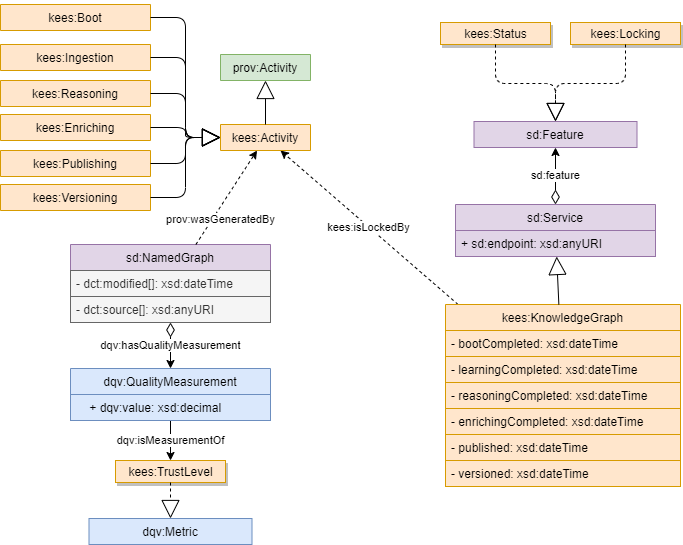
Above: v1/images/uml.png in linkeddatacenter/kees (draw.io), before the change. Source tidied: cells renumbered, new cells last; positions are measured from the earlier drawing's top-left corner, leaving out a move shared by most shapes.
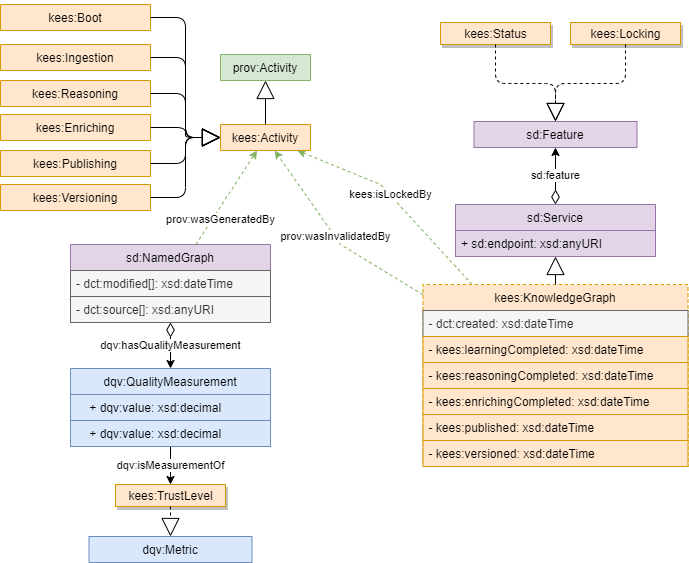
The same file after the commit.

The edit, as a diff of the source:
```diff
@@ -2,29 +2,41 @@
   <root>
     <mxCell id="0" />
     <mxCell id="1" parent="0" />
-    <mxCell id="2" value="kees:isLockedBy" style="edgeStyle=none;rounded=0;jettySize=auto;html=1;dashed=1;endArrow=classic;endFill=1;" parent="1" edge="1" source="3" target="14">
-      <mxGeometry relative="1" as="geometry" />
+    <mxCell id="2" value="kees:isLockedBy" style="edgeStyle=none;rounded=0;jettySize=auto;html=1;dashed=1;endArrow=classic;endFill=1;fillColor=#d5e8d4;strokeColor=#82b366;" parent="1" edge="1" source="3" target="14">
+      <mxGeometry x="0.08" y="-1" relative="1" as="geometry">
+        <Array as="points">
+          <mxPoint x="380" y="180" />
+        </Array>
+        <mxPoint x="-1" as="offset" />
+      </mxGeometry>
     </mxCell>
+    <mxCell id="45" value="prov:wasInvalidatedBy" style="rounded=0;jettySize=auto;html=1;dashed=1;fillColor=#d5e8d4;strokeColor=#82b366;" parent="1" edge="1" source="3" target="14">
+      <mxGeometry relative="1" as="geometry">
+        <Array as="points">
+          <mxPoint x="340" y="240" />
+        </Array>
+      </mxGeometry>
+    </mxCell>
-    <mxCell id="3" value="kees:KnowledgeGraph" style="swimlane;fontStyle=0;horizontal=1;startSize=26;fillColor=#ffe6cc;strokeColor=#d79b00;labelBackgroundColor=none;" parent="1" vertex="1">
-      <mxGeometry x="445" y="300" width="235" height="182" as="geometry" />
+    <mxCell id="3" value="kees:KnowledgeGraph" style="swimlane;fontStyle=0;horizontal=1;startSize=26;fillColor=#ffe6cc;strokeColor=#d79b00;labelBackgroundColor=none;dashed=1;" parent="1" vertex="1">
+      <mxGeometry x="422.5" y="280" width="265" height="182" as="geometry" />
     </mxCell>
-    <mxCell id="4" value="- bootCompleted: xsd:dateTime" style="text;strokeColor=#d79b00;fillColor=#ffe6cc;align=left;verticalAlign=top;spacingLeft=4;spacingRight=4;overflow=hidden;" parent="3" vertex="1">
-      <mxGeometry y="26" width="235" height="26" as="geometry" />
-    </mxCell>
+    <mxCell id="46" value="- dct:created: xsd:dateTime" style="text;strokeColor=#666666;fillColor=#f5f5f5;align=left;verticalAlign=top;spacingLeft=4;spacingRight=4;overflow=hidden;fontColor=#333333;" parent="3" vertex="1">
+      <mxGeometry y="26" width="265" height="26" as="geometry" />
+    </mxCell>
-    <mxCell id="5" value="- learningCompleted: xsd:dateTime" style="text;strokeColor=#d79b00;fillColor=#ffe6cc;align=left;verticalAlign=top;spacingLeft=4;spacingRight=4;overflow=hidden;" parent="3" vertex="1">
-      <mxGeometry y="52" width="235" height="26" as="geometry" />
+    <mxCell id="5" value="- kees:learningCompleted: xsd:dateTime" style="text;strokeColor=#d79b00;fillColor=#ffe6cc;align=left;verticalAlign=top;spacingLeft=4;spacingRight=4;overflow=hidden;" parent="3" vertex="1">
+      <mxGeometry y="52" width="265" height="26" as="geometry" />
     </mxCell>
-    <mxCell id="6" value="- reasoningCompleted: xsd:dateTime" style="text;strokeColor=#d79b00;fillColor=#ffe6cc;align=left;verticalAlign=top;spacingLeft=4;spacingRight=4;overflow=hidden;" parent="3" vertex="1">
-      <mxGeometry y="78" width="235" height="26" as="geometry" />
+    <mxCell id="6" value="- kees:reasoningCompleted: xsd:dateTime" style="text;strokeColor=#d79b00;fillColor=#ffe6cc;align=left;verticalAlign=top;spacingLeft=4;spacingRight=4;overflow=hidden;" parent="3" vertex="1">
+      <mxGeometry y="78" width="265" height="26" as="geometry" />
     </mxCell>
-    <mxCell id="7" value="- enrichingCompleted: xsd:dateTime" style="text;strokeColor=#d79b00;fillColor=#ffe6cc;align=left;verticalAlign=top;spacingLeft=4;spacingRight=4;overflow=hidden;" parent="3" vertex="1">
-      <mxGeometry y="104" width="235" height="26" as="geometry" />
+    <mxCell id="7" value="- kees:enrichingCompleted: xsd:dateTime" style="text;strokeColor=#d79b00;fillColor=#ffe6cc;align=left;verticalAlign=top;spacingLeft=4;spacingRight=4;overflow=hidden;" parent="3" vertex="1">
+      <mxGeometry y="104" width="265" height="26" as="geometry" />
     </mxCell>
-    <mxCell id="8" value="- published: xsd:dateTime" style="text;strokeColor=#d79b00;fillColor=#ffe6cc;align=left;verticalAlign=top;spacingLeft=4;spacingRight=4;overflow=hidden;" parent="3" vertex="1">
-      <mxGeometry y="130" width="235" height="26" as="geometry" />
+    <mxCell id="8" value="- kees:published: xsd:dateTime" style="text;strokeColor=#d79b00;fillColor=#ffe6cc;align=left;verticalAlign=top;spacingLeft=4;spacingRight=4;overflow=hidden;" parent="3" vertex="1">
+      <mxGeometry y="130" width="265" height="26" as="geometry" />
     </mxCell>
-    <mxCell id="9" value="- versioned: xsd:dateTime" style="text;strokeColor=#d79b00;fillColor=#ffe6cc;align=left;verticalAlign=top;spacingLeft=4;spacingRight=4;overflow=hidden;" parent="3" vertex="1">
-      <mxGeometry y="156" width="235" height="26" as="geometry" />
+    <mxCell id="9" value="- kees:versioned: xsd:dateTime" style="text;strokeColor=#d79b00;fillColor=#ffe6cc;align=left;verticalAlign=top;spacingLeft=4;spacingRight=4;overflow=hidden;" parent="3" vertex="1">
+      <mxGeometry y="156" width="265" height="26" as="geometry" />
     </mxCell>
     <mxCell id="10" value="sd:feature" style="edgeStyle=elbowEdgeStyle;rounded=0;jettySize=auto;elbow=vertical;html=1;endArrow=classic;endFill=1;startArrow=diamondThin;startFill=0;startSize=12;" parent="1" edge="1" source="11" target="31">
       <mxGeometry relative="1" as="geometry" />
@@ -107,26 +119,29 @@
     <mxCell id="36" value="- dct:source[]: xsd:anyURI" style="text;strokeColor=#666666;fillColor=#f5f5f5;align=left;verticalAlign=top;spacingLeft=4;spacingRight=4;overflow=hidden;fontColor=#333333;" parent="34" vertex="1">
       <mxGeometry y="52" width="200" height="26" as="geometry" />
     </mxCell>
-    <mxCell id="37" value="prov:wasGeneratedBy" style="edgeStyle=none;rounded=0;jettySize=auto;html=1;dashed=1;endArrow=classic;endFill=1;" parent="1" edge="1" source="34" target="14">
+    <mxCell id="37" value="prov:wasGeneratedBy" style="edgeStyle=none;rounded=0;jettySize=auto;html=1;dashed=1;endArrow=classic;endFill=1;fillColor=#d5e8d4;strokeColor=#82b366;" parent="1" edge="1" source="34" target="14">
       <mxGeometry x="-0.39" y="-7" relative="1" as="geometry" />
     </mxCell>
     <mxCell id="38" value="dqv:isMeasurementOf" style="edgeStyle=none;rounded=0;jettySize=auto;html=1;startArrow=none;startFill=0;endArrow=classic;endFill=1;startSize=12;" parent="1" edge="1" source="39" target="42">
       <mxGeometry relative="1" as="geometry" />
     </mxCell>
     <mxCell id="39" value="dqv:QualityMeasurement" style="swimlane;fontStyle=0;horizontal=1;startSize=26;labelBackgroundColor=none;fillColor=#dae8fc;strokeColor=#6c8ebf;" parent="1" vertex="1">
-      <mxGeometry x="70" y="364" width="200" height="52" as="geometry" />
+      <mxGeometry x="70" y="364" width="200" height="78" as="geometry" />
     </mxCell>
     <mxCell id="40" value="    + dqv:value: xsd:decimal" style="text;strokeColor=#6c8ebf;fillColor=#dae8fc;align=left;verticalAlign=top;spacingLeft=4;spacingRight=4;overflow=hidden;labelBackgroundColor=none;fontColor=default;" parent="39" vertex="1">
       <mxGeometry y="26" width="200" height="26" as="geometry" />
     </mxCell>
+    <mxCell id="47" value="    + dqv:value: xsd:decimal" style="text;strokeColor=#6c8ebf;fillColor=#dae8fc;align=left;verticalAlign=top;spacingLeft=4;spacingRight=4;overflow=hidden;labelBackgroundColor=none;fontColor=default;" parent="39" vertex="1">
+      <mxGeometry y="52" width="200" height="26" as="geometry" />
+    </mxCell>
     <mxCell id="41" value="dqv:hasQualityMeasurement" style="rounded=0;jettySize=auto;elbow=vertical;html=1;endArrow=classic;endFill=1;startArrow=diamondThin;startFill=0;startSize=12;" parent="1" edge="1" source="34" target="39">
       <mxGeometry relative="1" as="geometry" />
     </mxCell>
     <mxCell id="42" value="kees:TrustLevel" style="html=1;labelBackgroundColor=none;fillColor=#ffe6cc;strokeColor=#d79b00;shadow=1;" parent="1" vertex="1">
-      <mxGeometry x="115" y="456" width="110" height="22" as="geometry" />
+      <mxGeometry x="115" y="480" width="110" height="22" as="geometry" />
     </mxCell>
     <mxCell id="43" value="dqv:Metric" style="swimlane;fontStyle=0;horizontal=1;startSize=26;labelBackgroundColor=none;fillColor=#dae8fc;strokeColor=#6c8ebf;" parent="1" vertex="1" collapsed="1">
-      <mxGeometry x="88.5" y="514" width="163" height="26" as="geometry" />
+      <mxGeometry x="88.5" y="532" width="163" height="26" as="geometry" />
     </mxCell>
     <mxCell id="44" style="endArrow=block;endSize=16;endFill=0;html=1;elbow=vertical;dashed=1;" parent="1" edge="1" source="42" target="43">
       <mxGeometry relative="1" as="geometry" />
```
